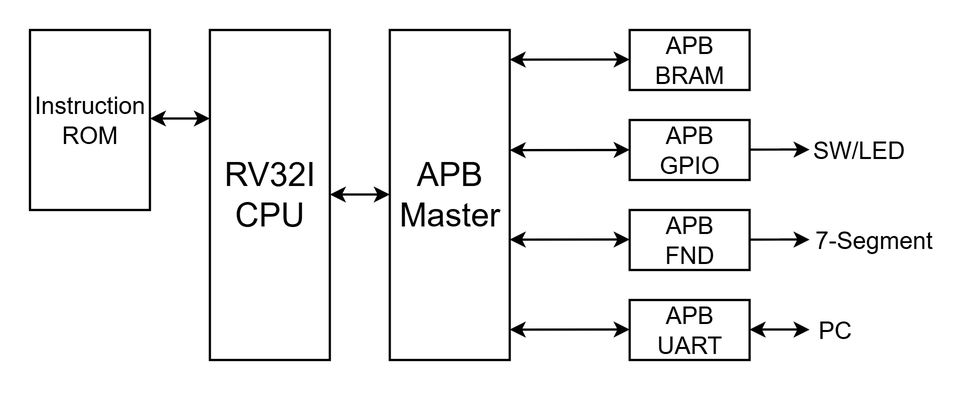
Earlier version of the draw.io export images/apb_top.png (taeseong-dev/apb-bus-peripherals). Source tidied: cells renumbered, new cells last; positions are measured from the earlier drawing's top-left corner, leaving out a move shared by most shapes. The source it was exported from:
```xml
<mxGraphModel>
  <root>
    <mxCell id="0" />
    <mxCell id="1" parent="0" />
    <mxCell id="2" style="edgeStyle=orthogonalEdgeStyle;rounded=0;orthogonalLoop=1;jettySize=auto;html=1;startArrow=classic;startFill=1;strokeWidth=1.5;" parent="1" edge="1">
      <mxGeometry relative="1" as="geometry">
        <mxPoint x="200" y="109.7" as="sourcePoint" />
        <mxPoint x="240" y="109.7" as="targetPoint" />
      </mxGeometry>
    </mxCell>
    <mxCell id="3" value="RV32I&lt;div&gt;CPU&lt;/div&gt;" style="rounded=0;whiteSpace=wrap;html=1;fontSize=22;strokeWidth=1.5;" parent="1" vertex="1">
      <mxGeometry x="120" width="80" height="220" as="geometry" />
    </mxCell>
    <mxCell id="4" value="APB&lt;div&gt;Master&lt;/div&gt;" style="rounded=0;whiteSpace=wrap;html=1;fontSize=22;strokeWidth=1.5;" parent="1" vertex="1">
      <mxGeometry x="240" width="80" height="220" as="geometry" />
    </mxCell>
    <mxCell id="5" value="APB&lt;div&gt;BRAM&lt;/div&gt;" style="rounded=0;whiteSpace=wrap;html=1;strokeWidth=1.5;fontSize=16;" parent="1" vertex="1">
      <mxGeometry x="400" width="80" height="40" as="geometry" />
    </mxCell>
    <mxCell id="6" value="APB&lt;div&gt;GPIO&lt;/div&gt;" style="rounded=0;whiteSpace=wrap;html=1;strokeWidth=1.5;fontSize=16;" parent="1" vertex="1">
      <mxGeometry x="400" y="60" width="80" height="40" as="geometry" />
    </mxCell>
    <mxCell id="7" value="APB&lt;div&gt;FND&lt;/div&gt;" style="rounded=0;whiteSpace=wrap;html=1;strokeWidth=1.5;fontSize=16;" parent="1" vertex="1">
      <mxGeometry x="400" y="120" width="80" height="40" as="geometry" />
    </mxCell>
    <mxCell id="8" value="APB&lt;div&gt;UART&lt;/div&gt;" style="rounded=0;whiteSpace=wrap;html=1;strokeWidth=1.5;fontSize=16;" parent="1" vertex="1">
      <mxGeometry x="400" y="180" width="80" height="40" as="geometry" />
    </mxCell>
    <mxCell id="9" value="Instruction&lt;br&gt;ROM" style="rounded=0;whiteSpace=wrap;html=1;strokeWidth=1.5;fontSize=16;" parent="1" vertex="1">
      <mxGeometry width="80" height="120" as="geometry" />
    </mxCell>
    <mxCell id="10" style="endArrow=classic;html=1;rounded=0;entryX=0;entryY=0.5;entryDx=0;entryDy=0;exitX=1;exitY=0.364;exitDx=0;exitDy=0;exitPerimeter=0;startArrow=classic;startFill=1;strokeWidth=1.5;" parent="1" edge="1" source="4">
      <mxGeometry relative="1" as="geometry">
        <mxPoint x="400" y="79.9" as="targetPoint" />
      </mxGeometry>
    </mxCell>
    <mxCell id="11" style="edgeStyle=orthogonalEdgeStyle;rounded=0;orthogonalLoop=1;jettySize=auto;html=1;startArrow=classic;startFill=1;strokeWidth=1.5;" parent="1" edge="1">
      <mxGeometry relative="1" as="geometry">
        <mxPoint x="80" y="59" as="sourcePoint" />
        <mxPoint x="120" y="59" as="targetPoint" />
      </mxGeometry>
    </mxCell>
    <mxCell id="12" style="endArrow=classic;html=1;rounded=0;entryX=0;entryY=0.5;entryDx=0;entryDy=0;exitX=1;exitY=0.364;exitDx=0;exitDy=0;exitPerimeter=0;startArrow=classic;startFill=1;strokeWidth=1.5;" parent="1" edge="1">
      <mxGeometry relative="1" as="geometry">
        <mxPoint x="320" y="19.7" as="sourcePoint" />
        <mxPoint x="400" y="19.7" as="targetPoint" />
      </mxGeometry>
    </mxCell>
    <mxCell id="13" style="endArrow=classic;html=1;rounded=0;entryX=0;entryY=0.5;entryDx=0;entryDy=0;exitX=1;exitY=0.364;exitDx=0;exitDy=0;exitPerimeter=0;startArrow=classic;startFill=1;strokeWidth=1.5;" parent="1" edge="1">
      <mxGeometry relative="1" as="geometry">
        <mxPoint x="320" y="139.7" as="sourcePoint" />
        <mxPoint x="400" y="139.7" as="targetPoint" />
      </mxGeometry>
    </mxCell>
    <mxCell id="14" style="endArrow=classic;html=1;rounded=0;entryX=0;entryY=0.5;entryDx=0;entryDy=0;exitX=1;exitY=0.364;exitDx=0;exitDy=0;exitPerimeter=0;startArrow=classic;startFill=1;strokeWidth=1.5;" parent="1" edge="1">
      <mxGeometry relative="1" as="geometry">
        <mxPoint x="320" y="199.7" as="sourcePoint" />
        <mxPoint x="400" y="199.7" as="targetPoint" />
      </mxGeometry>
    </mxCell>
    <mxCell id="15" style="edgeStyle=orthogonalEdgeStyle;rounded=0;orthogonalLoop=1;jettySize=auto;html=1;startArrow=none;startFill=0;strokeWidth=1.5;" parent="1" edge="1">
      <mxGeometry relative="1" as="geometry">
        <mxPoint x="480" y="79.7" as="sourcePoint" />
        <mxPoint x="520" y="79.7" as="targetPoint" />
      </mxGeometry>
    </mxCell>
    <mxCell id="16" style="edgeStyle=orthogonalEdgeStyle;rounded=0;orthogonalLoop=1;jettySize=auto;html=1;startArrow=none;startFill=0;strokeWidth=1.5;" parent="1" edge="1">
      <mxGeometry relative="1" as="geometry">
        <mxPoint x="480" y="139.7" as="sourcePoint" />
        <mxPoint x="520" y="139.7" as="targetPoint" />
      </mxGeometry>
    </mxCell>
    <mxCell id="17" style="edgeStyle=orthogonalEdgeStyle;rounded=0;orthogonalLoop=1;jettySize=auto;html=1;startArrow=classic;startFill=1;strokeWidth=1.5;" parent="1" edge="1">
      <mxGeometry relative="1" as="geometry">
        <mxPoint x="480" y="199.7" as="sourcePoint" />
        <mxPoint x="520" y="199.7" as="targetPoint" />
      </mxGeometry>
    </mxCell>
    <mxCell id="18" value="SW/LED" style="text;html=1;whiteSpace=wrap;strokeColor=none;fillColor=none;align=center;verticalAlign=middle;rounded=0;fontStyle=0;fontSize=16;" parent="1" vertex="1">
      <mxGeometry x="523" y="65" width="60" height="30" as="geometry" />
    </mxCell>
    <mxCell id="19" value="PC" style="text;html=1;whiteSpace=wrap;strokeColor=none;fillColor=none;align=center;verticalAlign=middle;rounded=0;fontStyle=0;fontSize=16;" parent="1" vertex="1">
      <mxGeometry x="521" y="185" width="32" height="30" as="geometry" />
    </mxCell>
    <mxCell id="20" value="7-Segment" style="text;html=1;whiteSpace=wrap;strokeColor=none;fillColor=none;align=center;verticalAlign=middle;rounded=0;fontStyle=0;fontSize=16;" parent="1" vertex="1">
      <mxGeometry x="520" y="125" width="86" height="30" as="geometry" />
    </mxCell>
  </root>
</mxGraphModel>
```
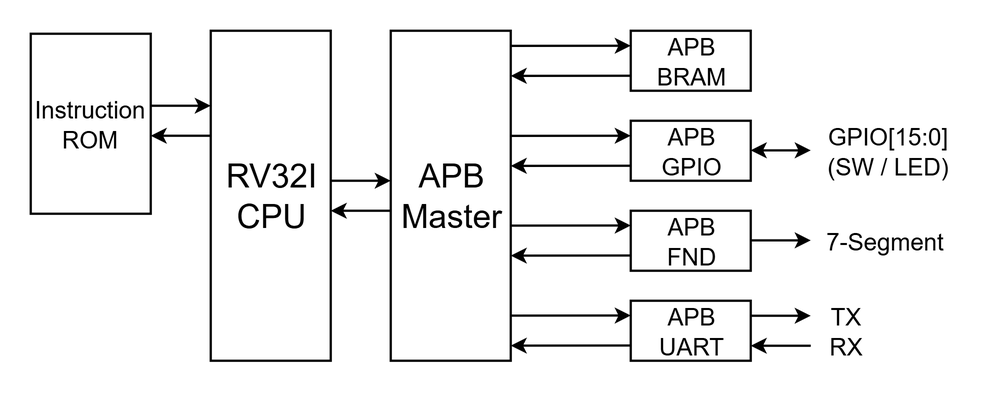
After the change.

The edit, as a diff of the source:
```diff
@@ -2,10 +2,10 @@
   <root>
     <mxCell id="0" />
     <mxCell id="1" parent="0" />
-    <mxCell id="2" style="edgeStyle=orthogonalEdgeStyle;rounded=0;orthogonalLoop=1;jettySize=auto;html=1;startArrow=classic;startFill=1;strokeWidth=1.5;" parent="1" edge="1">
+    <mxCell id="2" style="edgeStyle=orthogonalEdgeStyle;rounded=0;orthogonalLoop=1;jettySize=auto;html=1;startArrow=classic;startFill=1;strokeWidth=1.5;endArrow=none;endFill=0;" parent="1" edge="1">
       <mxGeometry relative="1" as="geometry">
-        <mxPoint x="200" y="109.7" as="sourcePoint" />
-        <mxPoint x="240" y="109.7" as="targetPoint" />
+        <mxPoint x="200" y="120" as="sourcePoint" />
+        <mxPoint x="240" y="120" as="targetPoint" />
       </mxGeometry>
     </mxCell>
     <mxCell id="3" value="RV32I&lt;div&gt;CPU&lt;/div&gt;" style="rounded=0;whiteSpace=wrap;html=1;fontSize=22;strokeWidth=1.5;" parent="1" vertex="1">
@@ -27,63 +27,109 @@
       <mxGeometry x="400" y="180" width="80" height="40" as="geometry" />
     </mxCell>
     <mxCell id="9" value="Instruction&lt;br&gt;ROM" style="rounded=0;whiteSpace=wrap;html=1;strokeWidth=1.5;fontSize=16;" parent="1" vertex="1">
-      <mxGeometry width="80" height="120" as="geometry" />
+      <mxGeometry y="2" width="80" height="120" as="geometry" />
     </mxCell>
-    <mxCell id="10" style="endArrow=classic;html=1;rounded=0;entryX=0;entryY=0.5;entryDx=0;entryDy=0;exitX=1;exitY=0.364;exitDx=0;exitDy=0;exitPerimeter=0;startArrow=classic;startFill=1;strokeWidth=1.5;" parent="1" edge="1" source="4">
+    <mxCell id="10" style="edgeStyle=orthogonalEdgeStyle;rounded=0;orthogonalLoop=1;jettySize=auto;html=1;startArrow=classic;startFill=1;strokeWidth=1.5;endArrow=none;endFill=0;" parent="1" edge="1">
       <mxGeometry relative="1" as="geometry">
-        <mxPoint x="400" y="79.9" as="targetPoint" />
+        <mxPoint x="80" y="70" as="sourcePoint" />
+        <mxPoint x="120" y="70" as="targetPoint" />
       </mxGeometry>
     </mxCell>
-    <mxCell id="11" style="edgeStyle=orthogonalEdgeStyle;rounded=0;orthogonalLoop=1;jettySize=auto;html=1;startArrow=classic;startFill=1;strokeWidth=1.5;" parent="1" edge="1">
+    <mxCell id="11" style="endArrow=classic;html=1;rounded=0;entryX=0;entryY=0.5;entryDx=0;entryDy=0;exitX=1;exitY=0.364;exitDx=0;exitDy=0;exitPerimeter=0;startArrow=none;startFill=0;strokeWidth=1.5;" parent="1" edge="1">
       <mxGeometry relative="1" as="geometry">
-        <mxPoint x="80" y="59" as="sourcePoint" />
-        <mxPoint x="120" y="59" as="targetPoint" />
+        <mxPoint x="320" y="10.1" as="sourcePoint" />
+        <mxPoint x="400" y="10" as="targetPoint" />
       </mxGeometry>
     </mxCell>
-    <mxCell id="12" style="endArrow=classic;html=1;rounded=0;entryX=0;entryY=0.5;entryDx=0;entryDy=0;exitX=1;exitY=0.364;exitDx=0;exitDy=0;exitPerimeter=0;startArrow=classic;startFill=1;strokeWidth=1.5;" parent="1" edge="1">
+    <mxCell id="12" style="edgeStyle=orthogonalEdgeStyle;rounded=0;orthogonalLoop=1;jettySize=auto;html=1;startArrow=classic;startFill=1;strokeWidth=1.5;" parent="1" edge="1">
       <mxGeometry relative="1" as="geometry">
-        <mxPoint x="320" y="19.7" as="sourcePoint" />
-        <mxPoint x="400" y="19.7" as="targetPoint" />
+        <mxPoint x="480" y="79.7" as="sourcePoint" />
+        <mxPoint x="520" y="79.7" as="targetPoint" />
       </mxGeometry>
     </mxCell>
-    <mxCell id="13" style="endArrow=classic;html=1;rounded=0;entryX=0;entryY=0.5;entryDx=0;entryDy=0;exitX=1;exitY=0.364;exitDx=0;exitDy=0;exitPerimeter=0;startArrow=classic;startFill=1;strokeWidth=1.5;" parent="1" edge="1">
+    <mxCell id="13" style="edgeStyle=orthogonalEdgeStyle;rounded=0;orthogonalLoop=1;jettySize=auto;html=1;startArrow=none;startFill=0;strokeWidth=1.5;" parent="1" edge="1">
       <mxGeometry relative="1" as="geometry">
-        <mxPoint x="320" y="139.7" as="sourcePoint" />
-        <mxPoint x="400" y="139.7" as="targetPoint" />
+        <mxPoint x="480" y="139.7" as="sourcePoint" />
+        <mxPoint x="520" y="139.7" as="targetPoint" />
       </mxGeometry>
     </mxCell>
-    <mxCell id="14" style="endArrow=classic;html=1;rounded=0;entryX=0;entryY=0.5;entryDx=0;entryDy=0;exitX=1;exitY=0.364;exitDx=0;exitDy=0;exitPerimeter=0;startArrow=classic;startFill=1;strokeWidth=1.5;" parent="1" edge="1">
+    <mxCell id="14" style="edgeStyle=orthogonalEdgeStyle;rounded=0;orthogonalLoop=1;jettySize=auto;html=1;startArrow=none;startFill=0;strokeWidth=1.5;" parent="1" edge="1">
       <mxGeometry relative="1" as="geometry">
-        <mxPoint x="320" y="199.7" as="sourcePoint" />
-        <mxPoint x="400" y="199.7" as="targetPoint" />
+        <mxPoint x="480" y="190" as="sourcePoint" />
+        <mxPoint x="520" y="190" as="targetPoint" />
       </mxGeometry>
     </mxCell>
-    <mxCell id="15" style="edgeStyle=orthogonalEdgeStyle;rounded=0;orthogonalLoop=1;jettySize=auto;html=1;startArrow=none;startFill=0;strokeWidth=1.5;" parent="1" edge="1">
-      <mxGeometry relative="1" as="geometry">
-        <mxPoint x="480" y="79.7" as="sourcePoint" />
-        <mxPoint x="520" y="79.7" as="targetPoint" />
-      </mxGeometry>
+    <mxCell id="15" value="&lt;div&gt;GPIO[15:0]&lt;/div&gt;(SW / LED)" style="text;html=1;whiteSpace=wrap;strokeColor=none;fillColor=none;align=center;verticalAlign=middle;rounded=0;fontStyle=0;fontSize=16;" parent="1" vertex="1">
+      <mxGeometry x="521" y="65" width="100" height="30" as="geometry" />
     </mxCell>
-    <mxCell id="16" style="edgeStyle=orthogonalEdgeStyle;rounded=0;orthogonalLoop=1;jettySize=auto;html=1;startArrow=none;startFill=0;strokeWidth=1.5;" parent="1" edge="1">
-      <mxGeometry relative="1" as="geometry">
-        <mxPoint x="480" y="139.7" as="sourcePoint" />
-        <mxPoint x="520" y="139.7" as="targetPoint" />
-      </mxGeometry>
+    <mxCell id="16" value="TX" style="text;html=1;whiteSpace=wrap;strokeColor=none;fillColor=none;align=center;verticalAlign=middle;rounded=0;fontStyle=0;fontSize=16;" parent="1" vertex="1">
+      <mxGeometry x="527" y="183" width="32" height="14" as="geometry" />
     </mxCell>
-    <mxCell id="17" style="edgeStyle=orthogonalEdgeStyle;rounded=0;orthogonalLoop=1;jettySize=auto;html=1;startArrow=classic;startFill=1;strokeWidth=1.5;" parent="1" edge="1">
-      <mxGeometry relative="1" as="geometry">
-        <mxPoint x="480" y="199.7" as="sourcePoint" />
-        <mxPoint x="520" y="199.7" as="targetPoint" />
-      </mxGeometry>
+    <mxCell id="17" value="7-Segment" style="text;html=1;whiteSpace=wrap;strokeColor=none;fillColor=none;align=center;verticalAlign=middle;rounded=0;fontStyle=0;fontSize=16;" parent="1" vertex="1">
+      <mxGeometry x="527" y="125" width="86" height="30" as="geometry" />
     </mxCell>
-    <mxCell id="18" value="SW/LED" style="text;html=1;whiteSpace=wrap;strokeColor=none;fillColor=none;align=center;verticalAlign=middle;rounded=0;fontStyle=0;fontSize=16;" parent="1" vertex="1">
-      <mxGeometry x="523" y="65" width="60" height="30" as="geometry" />
+    <mxCell id="18" style="edgeStyle=orthogonalEdgeStyle;rounded=0;orthogonalLoop=1;jettySize=auto;html=1;startArrow=none;startFill=0;strokeWidth=1.5;" parent="1" edge="1">
+      <mxGeometry relative="1" as="geometry">
+        <mxPoint x="80" y="50" as="sourcePoint" />
+        <mxPoint x="120" y="50" as="targetPoint" />
+      </mxGeometry>
     </mxCell>
-    <mxCell id="19" value="PC" style="text;html=1;whiteSpace=wrap;strokeColor=none;fillColor=none;align=center;verticalAlign=middle;rounded=0;fontStyle=0;fontSize=16;" parent="1" vertex="1">
-      <mxGeometry x="521" y="185" width="32" height="30" as="geometry" />
+    <mxCell id="19" style="edgeStyle=orthogonalEdgeStyle;rounded=0;orthogonalLoop=1;jettySize=auto;html=1;startArrow=none;startFill=0;strokeWidth=1.5;" parent="1" edge="1">
+      <mxGeometry relative="1" as="geometry">
+        <mxPoint x="200" y="100" as="sourcePoint" />
+        <mxPoint x="240" y="100" as="targetPoint" />
+      </mxGeometry>
     </mxCell>
-    <mxCell id="20" value="7-Segment" style="text;html=1;whiteSpace=wrap;strokeColor=none;fillColor=none;align=center;verticalAlign=middle;rounded=0;fontStyle=0;fontSize=16;" parent="1" vertex="1">
-      <mxGeometry x="520" y="125" width="86" height="30" as="geometry" />
+    <mxCell id="20" style="endArrow=none;html=1;rounded=0;entryX=0;entryY=0.5;entryDx=0;entryDy=0;exitX=1;exitY=0.364;exitDx=0;exitDy=0;exitPerimeter=0;startArrow=classic;startFill=1;strokeWidth=1.5;endFill=0;" parent="1" edge="1">
+      <mxGeometry relative="1" as="geometry">
+        <mxPoint x="320" y="30.1" as="sourcePoint" />
+        <mxPoint x="400" y="30" as="targetPoint" />
+      </mxGeometry>
     </mxCell>
+    <mxCell id="21" style="endArrow=classic;html=1;rounded=0;entryX=0;entryY=0.5;entryDx=0;entryDy=0;exitX=1;exitY=0.364;exitDx=0;exitDy=0;exitPerimeter=0;startArrow=none;startFill=0;strokeWidth=1.5;" parent="1" edge="1">
+      <mxGeometry relative="1" as="geometry">
+        <mxPoint x="320" y="70.1" as="sourcePoint" />
+        <mxPoint x="400" y="70" as="targetPoint" />
+      </mxGeometry>
+    </mxCell>
+    <mxCell id="22" style="endArrow=none;html=1;rounded=0;entryX=0;entryY=0.5;entryDx=0;entryDy=0;exitX=1;exitY=0.364;exitDx=0;exitDy=0;exitPerimeter=0;startArrow=classic;startFill=1;strokeWidth=1.5;endFill=0;" parent="1" edge="1">
+      <mxGeometry relative="1" as="geometry">
+        <mxPoint x="320" y="90.1" as="sourcePoint" />
+        <mxPoint x="400" y="90" as="targetPoint" />
+      </mxGeometry>
+    </mxCell>
+    <mxCell id="23" style="endArrow=classic;html=1;rounded=0;entryX=0;entryY=0.5;entryDx=0;entryDy=0;exitX=1;exitY=0.364;exitDx=0;exitDy=0;exitPerimeter=0;startArrow=none;startFill=0;strokeWidth=1.5;" parent="1" edge="1">
+      <mxGeometry relative="1" as="geometry">
+        <mxPoint x="320" y="129.9" as="sourcePoint" />
+        <mxPoint x="400" y="129.9" as="targetPoint" />
+      </mxGeometry>
+    </mxCell>
+    <mxCell id="24" style="endArrow=none;html=1;rounded=0;entryX=0;entryY=0.5;entryDx=0;entryDy=0;exitX=1;exitY=0.364;exitDx=0;exitDy=0;exitPerimeter=0;startArrow=classic;startFill=1;strokeWidth=1.5;endFill=0;" parent="1" edge="1">
+      <mxGeometry relative="1" as="geometry">
+        <mxPoint x="320" y="149.9" as="sourcePoint" />
+        <mxPoint x="400" y="149.9" as="targetPoint" />
+      </mxGeometry>
+    </mxCell>
+    <mxCell id="25" style="endArrow=classic;html=1;rounded=0;entryX=0;entryY=0.5;entryDx=0;entryDy=0;exitX=1;exitY=0.364;exitDx=0;exitDy=0;exitPerimeter=0;startArrow=none;startFill=0;strokeWidth=1.5;" parent="1" edge="1">
+      <mxGeometry relative="1" as="geometry">
+        <mxPoint x="320" y="189.9" as="sourcePoint" />
+        <mxPoint x="400" y="189.9" as="targetPoint" />
+      </mxGeometry>
+    </mxCell>
+    <mxCell id="26" style="endArrow=none;html=1;rounded=0;entryX=0;entryY=0.5;entryDx=0;entryDy=0;exitX=1;exitY=0.364;exitDx=0;exitDy=0;exitPerimeter=0;startArrow=classic;startFill=1;strokeWidth=1.5;endFill=0;" parent="1" edge="1">
+      <mxGeometry relative="1" as="geometry">
+        <mxPoint x="320" y="209.9" as="sourcePoint" />
+        <mxPoint x="400" y="209.9" as="targetPoint" />
+      </mxGeometry>
+    </mxCell>
+    <mxCell id="27" style="edgeStyle=orthogonalEdgeStyle;rounded=0;orthogonalLoop=1;jettySize=auto;html=1;startArrow=classic;startFill=1;strokeWidth=1.5;endArrow=none;endFill=0;" parent="1" edge="1">
+      <mxGeometry relative="1" as="geometry">
+        <mxPoint x="480" y="210" as="sourcePoint" />
+        <mxPoint x="520" y="210" as="targetPoint" />
+      </mxGeometry>
+    </mxCell>
+    <mxCell id="28" value="RX" style="text;html=1;whiteSpace=wrap;strokeColor=none;fillColor=none;align=center;verticalAlign=middle;rounded=0;fontStyle=0;fontSize=16;" parent="1" vertex="1">
+      <mxGeometry x="527" y="203" width="32" height="14" as="geometry" />
+    </mxCell>
   </root>
 </mxGraphModel>
```
